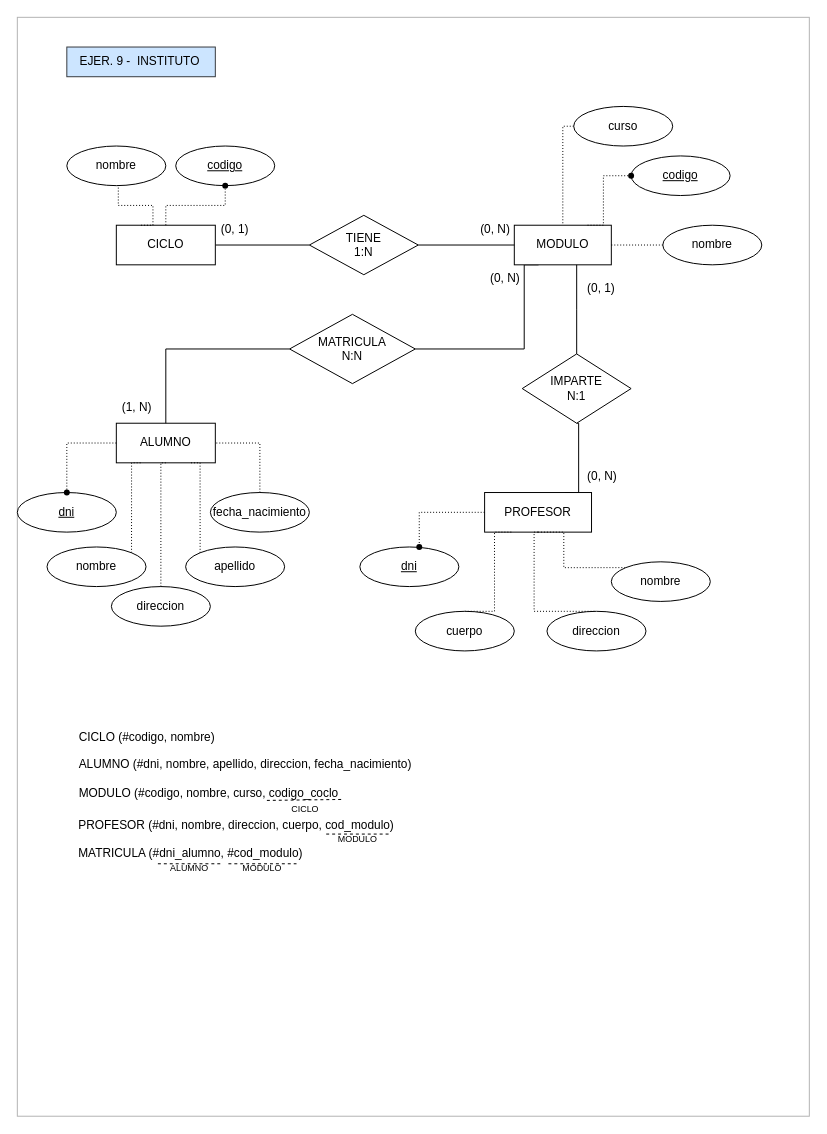
Above: ejer9_instituto_code.drawio in mdrp93/BASE-DE-DATOS (draw.io), before the change. Source tidied: cells renumbered, new cells numbered last; positions are measured from the earlier drawing's top-left corner, leaving out a move shared by most shapes. Both pictures are drawn from the tidied source at 99%, with x=0, y=0 at pixel (17, 17).
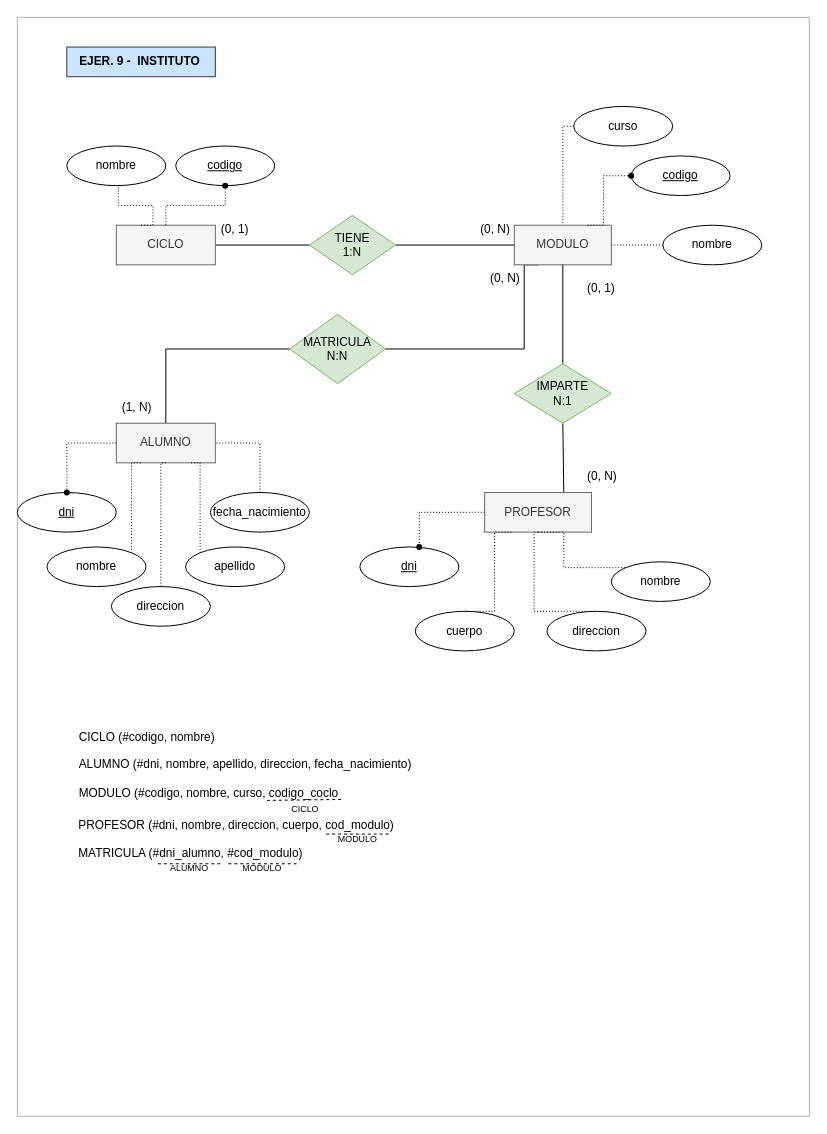
The same diagram, later.

The edit, as a diff of the source:
```diff
@@
-    <mxCell id="3" value="ALUMNO" style="whiteSpace=wrap;html=1;align=center;" parent="1" vertex="1">
+    <mxCell id="3" value="ALUMNO" style="whiteSpace=wrap;html=1;align=center;fillColor=#f5f5f5;fontColor=#333333;strokeColor=#666666;" parent="1" vertex="1">
       <mxGeometry x="100" y="410" width="100" height="40" as="geometry" />
     </mxCell>
@@
-    <mxCell id="5" value="MODULO" style="whiteSpace=wrap;html=1;align=center;" parent="1" vertex="1">
+    <mxCell id="5" value="MODULO" style="whiteSpace=wrap;html=1;align=center;fillColor=#f5f5f5;fontColor=#333333;strokeColor=#666666;" parent="1" vertex="1">
       <mxGeometry x="502" y="210" width="98" height="40" as="geometry" />
     </mxCell>
@@
-    <mxCell id="8" value="CICLO" style="whiteSpace=wrap;html=1;align=center;" parent="1" vertex="1">
+    <mxCell id="8" value="CICLO" style="whiteSpace=wrap;html=1;align=center;fillColor=#f5f5f5;fontColor=#333333;strokeColor=#666666;" parent="1" vertex="1">
       <mxGeometry x="100" y="210" width="100" height="40" as="geometry" />
     </mxCell>
@@
-    <mxCell id="11" value="TIENE&lt;br&gt;1:N" style="shape=rhombus;perimeter=rhombusPerimeter;whiteSpace=wrap;html=1;align=center;" parent="1" vertex="1">
-      <mxGeometry x="295" y="200" width="110" height="60" as="geometry" />
+    <mxCell id="11" value="TIENE&lt;br&gt;1:N" style="shape=rhombus;perimeter=rhombusPerimeter;whiteSpace=wrap;html=1;align=center;fillColor=#d5e8d4;strokeColor=#82b366;" parent="1" vertex="1">
+      <mxGeometry x="295" y="200" width="87" height="60" as="geometry" />
     </mxCell>
@@
-    <mxCell id="15" value="EJER. 9 -&amp;nbsp; INSTITUTO&amp;nbsp;" style="text;html=1;align=center;verticalAlign=middle;strokeColor=#36393d;fillColor=#cce5ff;" parent="1" vertex="1">
+    <mxCell id="15" value="EJER. 9 -&amp;nbsp; INSTITUTO&amp;nbsp;" style="text;html=1;align=center;verticalAlign=middle;strokeColor=#36393d;fillColor=#cce5ff;fontStyle=1;" parent="1" vertex="1">
       <mxGeometry x="50" y="30" width="150" height="30" as="geometry" />
     </mxCell>
@@
     <mxCell id="31" style="edgeStyle=orthogonalEdgeStyle;rounded=0;jettySize=auto;html=1;exitX=0.75;exitY=0;exitDx=0;exitDy=0;entryX=0.5;entryY=1;entryDx=0;entryDy=0;endArrow=none;endFill=0;" parent="1" edge="1" source="32" target="46">
       <mxGeometry relative="1" as="geometry">
         <Array as="points">
-          <mxPoint x="567" y="480" />
+          <mxPoint x="552" y="480" />
         </Array>
       </mxGeometry>
     </mxCell>
-    <mxCell id="32" value="PROFESOR" style="whiteSpace=wrap;html=1;align=center;" parent="1" vertex="1">
+    <mxCell id="32" value="PROFESOR" style="whiteSpace=wrap;html=1;align=center;fillColor=#f5f5f5;fontColor=#333333;strokeColor=#666666;" parent="1" vertex="1">
       <mxGeometry x="472" y="480" width="108" height="40" as="geometry" />
     </mxCell>
@@
-    <mxCell id="45" style="edgeStyle=orthogonalEdgeStyle;rounded=0;jettySize=auto;html=1;exitX=0.5;exitY=0;exitDx=0;exitDy=0;endArrow=none;endFill=0;" parent="1" edge="1" source="46">
-      <mxGeometry relative="1" as="geometry">
-        <mxPoint x="565" y="250" as="targetPoint" />
-      </mxGeometry>
-    </mxCell>
+    <mxCell id="73" style="edgeStyle=orthogonalEdgeStyle;rounded=0;jettySize=auto;html=1;exitX=0.5;exitY=0;exitDx=0;exitDy=0;entryX=0.5;entryY=1;entryDx=0;entryDy=0;endArrow=none;endFill=0;" parent="1" edge="1" source="46" target="5">
+      <mxGeometry relative="1" as="geometry" />
+    </mxCell>
-    <mxCell id="46" value="IMPARTE&lt;br&gt;N:1" style="rhombus;whiteSpace=wrap;html=1;" parent="1" vertex="1">
-      <mxGeometry x="510" y="340" width="110" height="70" as="geometry" />
+    <mxCell id="46" value="IMPARTE&lt;br&gt;N:1" style="rhombus;whiteSpace=wrap;html=1;fillColor=#d5e8d4;strokeColor=#82b366;" parent="1" vertex="1">
+      <mxGeometry x="502" y="350" width="98" height="60" as="geometry" />
     </mxCell>
@@
-    <mxCell id="48" value="MATRICULA&lt;br&gt;N:N" style="shape=rhombus;perimeter=rhombusPerimeter;whiteSpace=wrap;html=1;align=center;" parent="1" vertex="1">
-      <mxGeometry x="275" y="300" width="127" height="70" as="geometry" />
+    <mxCell id="48" value="MATRICULA&lt;br&gt;N:N" style="shape=rhombus;perimeter=rhombusPerimeter;whiteSpace=wrap;html=1;align=center;fillColor=#d5e8d4;strokeColor=#82b366;" parent="1" vertex="1">
+      <mxGeometry x="275" y="300" width="97" height="70" as="geometry" />
     </mxCell>
```
